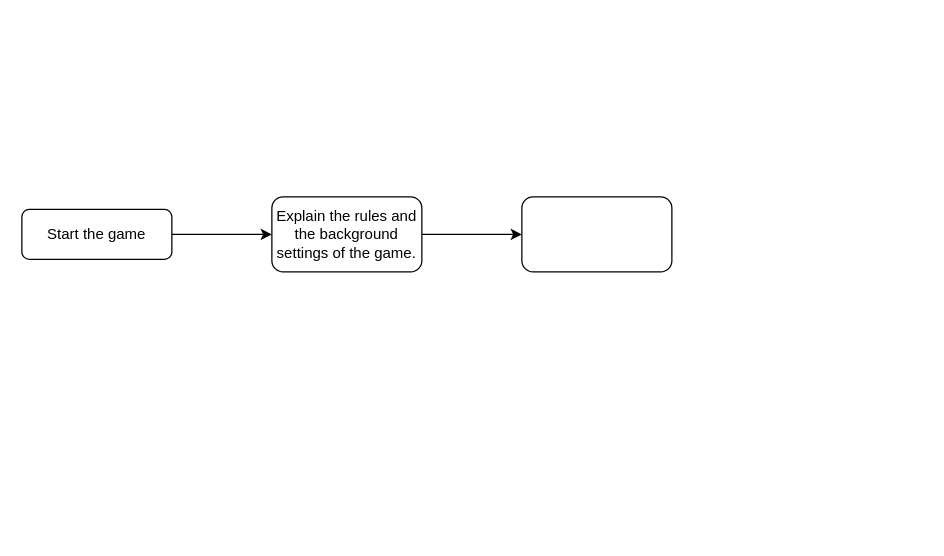
EukkMaru/hello-world keeps this draw.io diagram as 제목 없는 다이어그램.drawio. Above is the earlier version. Source tidied: cells renumbered, new cells numbered last; positions are measured from the earlier drawing's top-left corner, leaving out a move shared by most shapes. Both pictures are drawn from the tidied source at 125%, with x=0, y=0 at pixel (21, 196).
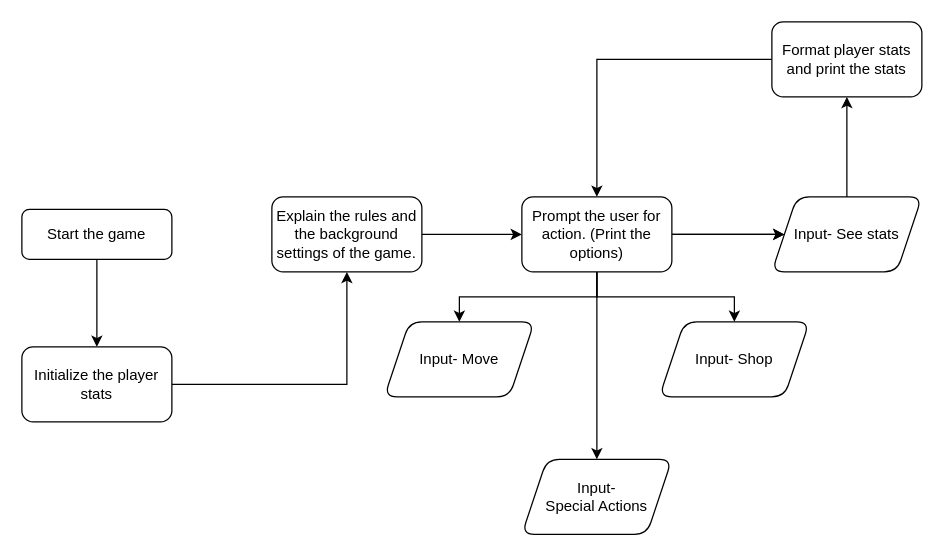
After the change.

Commit message (it also covers changes not shown here):
제목 없는 다이어그램.drawio 업데이트

The change refers to these unchanged cells:
```xml
<mxCell id="3" value="Start the game" style="rounded=1;whiteSpace=wrap;html=1;fontSize=12;glass=0;strokeWidth=1;shadow=0;" parent="1" vertex="1">
  <mxGeometry y="10" width="120" height="40" as="geometry" />
</mxCell>
<mxCell id="5" value="Explain the rules and the background settings of the game." style="whiteSpace=wrap;html=1;rounded=1;glass=0;strokeWidth=1;shadow=0;" parent="1" vertex="1">
  <mxGeometry x="200" width="120" height="60" as="geometry" />
</mxCell>
```

Change to the diagram source:
```diff
@@
-    <mxCell id="2" style="edgeStyle=orthogonalEdgeStyle;rounded=0;jettySize=auto;html=1;" parent="1" edge="1" source="3" target="5">
+    <mxCell id="2" style="edgeStyle=orthogonalEdgeStyle;rounded=0;jettySize=auto;html=1;exitX=1;exitY=0.5;exitDx=0;exitDy=0;" parent="1" edge="1" source="18" target="5">
       <mxGeometry relative="1" as="geometry" />
     </mxCell>
+    <mxCell id="7" style="edgeStyle=orthogonalEdgeStyle;rounded=0;jettySize=auto;html=1;" parent="1" edge="1" source="3" target="18">
+      <mxGeometry relative="1" as="geometry" />
+    </mxCell>
@@
+    <mxCell id="8" style="edgeStyle=orthogonalEdgeStyle;rounded=0;jettySize=auto;html=1;" parent="1" edge="1" source="6" target="13">
+      <mxGeometry relative="1" as="geometry" />
+    </mxCell>
+    <mxCell id="9" style="edgeStyle=orthogonalEdgeStyle;rounded=0;jettySize=auto;html=1;" parent="1" edge="1" source="6" target="15">
+      <mxGeometry relative="1" as="geometry" />
+    </mxCell>
+    <mxCell id="10" style="edgeStyle=orthogonalEdgeStyle;rounded=0;jettySize=auto;html=1;" parent="1" edge="1" source="6" target="15">
+      <mxGeometry relative="1" as="geometry" />
+    </mxCell>
+    <mxCell id="11" style="edgeStyle=orthogonalEdgeStyle;rounded=0;jettySize=auto;html=1;" parent="1" edge="1" source="6" target="16">
+      <mxGeometry relative="1" as="geometry" />
+    </mxCell>
+    <mxCell id="12" style="edgeStyle=orthogonalEdgeStyle;rounded=0;jettySize=auto;html=1;" parent="1" edge="1" source="6" target="17">
+      <mxGeometry relative="1" as="geometry" />
+    </mxCell>
-    <mxCell id="6" style="whiteSpace=wrap;html=1;rounded=1;glass=0;strokeWidth=1;shadow=0;" parent="1" vertex="1">
+    <mxCell id="6" value="Prompt the user for action. (Print the options)" style="whiteSpace=wrap;html=1;rounded=1;glass=0;strokeWidth=1;shadow=0;" parent="1" vertex="1">
       <mxGeometry x="400" width="120" height="60" as="geometry" />
     </mxCell>
+    <mxCell id="13" value="Input- Move" style="shape=parallelogram;perimeter=parallelogramPerimeter;whiteSpace=wrap;html=1;fixedSize=1;rounded=1;glass=0;strokeWidth=1;shadow=0;" parent="1" vertex="1">
+      <mxGeometry x="290" y="100" width="120" height="60" as="geometry" />
+    </mxCell>
+    <mxCell id="14" style="edgeStyle=orthogonalEdgeStyle;rounded=0;jettySize=auto;html=1;" parent="1" edge="1" source="15" target="20">
+      <mxGeometry relative="1" as="geometry" />
+    </mxCell>
+    <mxCell id="15" value="Input- See stats" style="shape=parallelogram;perimeter=parallelogramPerimeter;whiteSpace=wrap;html=1;fixedSize=1;rounded=1;glass=0;strokeWidth=1;shadow=0;" parent="1" vertex="1">
+      <mxGeometry x="600" width="120" height="60" as="geometry" />
+    </mxCell>
+    <mxCell id="16" value="Input- Shop" style="shape=parallelogram;perimeter=parallelogramPerimeter;whiteSpace=wrap;html=1;fixedSize=1;rounded=1;glass=0;strokeWidth=1;shadow=0;" parent="1" vertex="1">
+      <mxGeometry x="510" y="100" width="120" height="60" as="geometry" />
+    </mxCell>
+    <mxCell id="17" value="Input- &lt;br&gt;Special Actions" style="shape=parallelogram;perimeter=parallelogramPerimeter;whiteSpace=wrap;html=1;fixedSize=1;rounded=1;glass=0;strokeWidth=1;shadow=0;" parent="1" vertex="1">
+      <mxGeometry x="400" y="210" width="120" height="60" as="geometry" />
+    </mxCell>
+    <mxCell id="18" value="Initialize the player stats" style="whiteSpace=wrap;html=1;rounded=1;glass=0;strokeWidth=1;shadow=0;" parent="1" vertex="1">
+      <mxGeometry y="120" width="120" height="60" as="geometry" />
+    </mxCell>
+    <mxCell id="19" style="edgeStyle=orthogonalEdgeStyle;rounded=0;jettySize=auto;html=1;exitX=0;exitY=0.5;exitDx=0;exitDy=0;entryX=0.5;entryY=0;entryDx=0;entryDy=0;" parent="1" edge="1" source="20" target="6">
+      <mxGeometry relative="1" as="geometry" />
+    </mxCell>
+    <mxCell id="20" value="Format player stats and print the stats" style="whiteSpace=wrap;html=1;rounded=1;glass=0;strokeWidth=1;shadow=0;" parent="1" vertex="1">
+      <mxGeometry x="600" y="-140" width="120" height="60" as="geometry" />
+    </mxCell>
```
